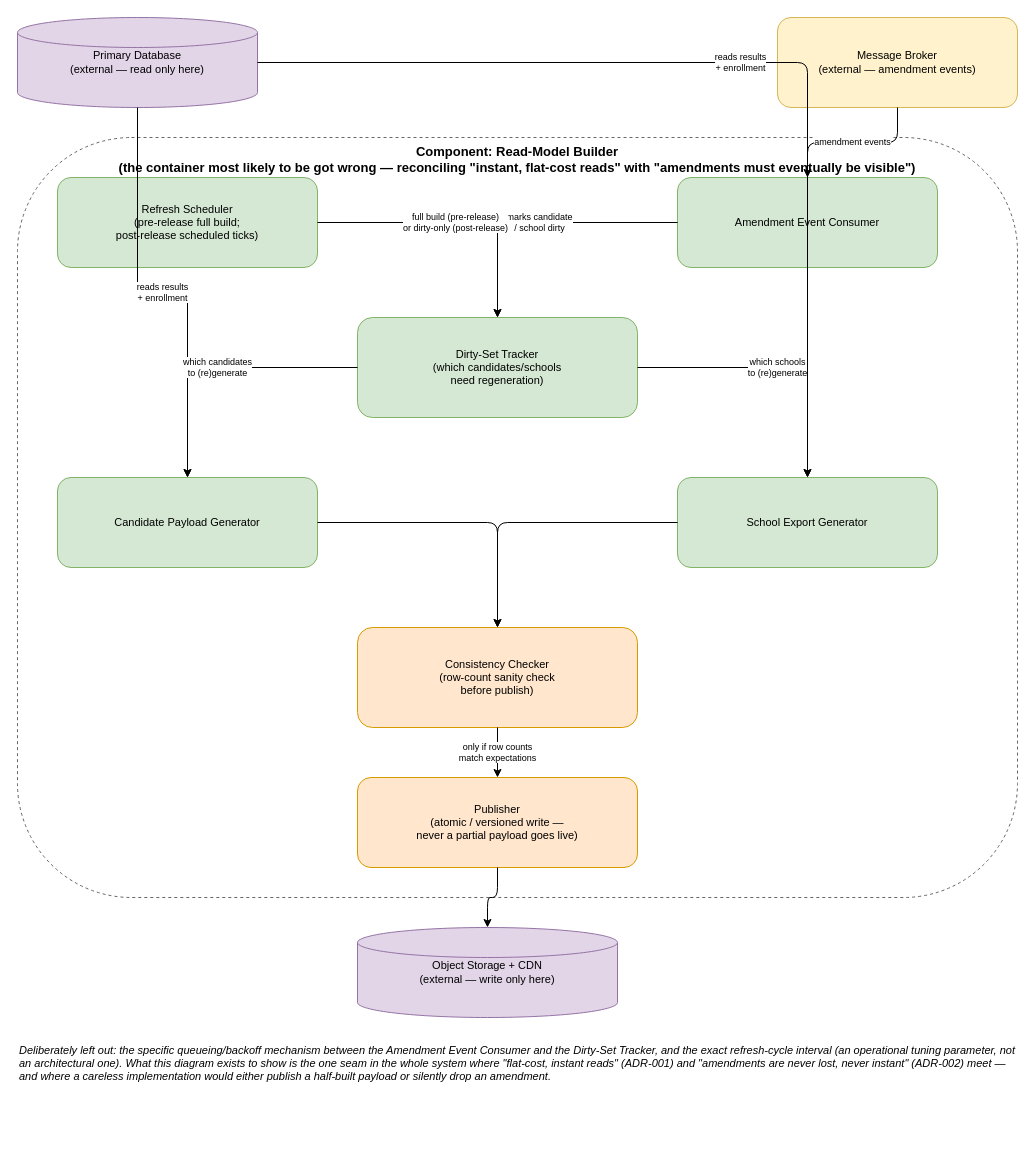
Earlier version of the draw.io diagram submission/repository/diagrams/component-read-model.drawio (Chukwuma-Elvis/tarkada-decide). Source tidied: cells renumbered, new cells numbered last; positions are measured from the earlier drawing's top-left corner, leaving out a move shared by most shapes. Both pictures are drawn from the tidied source at 100%, with x=0, y=0 at pixel (17, 17).
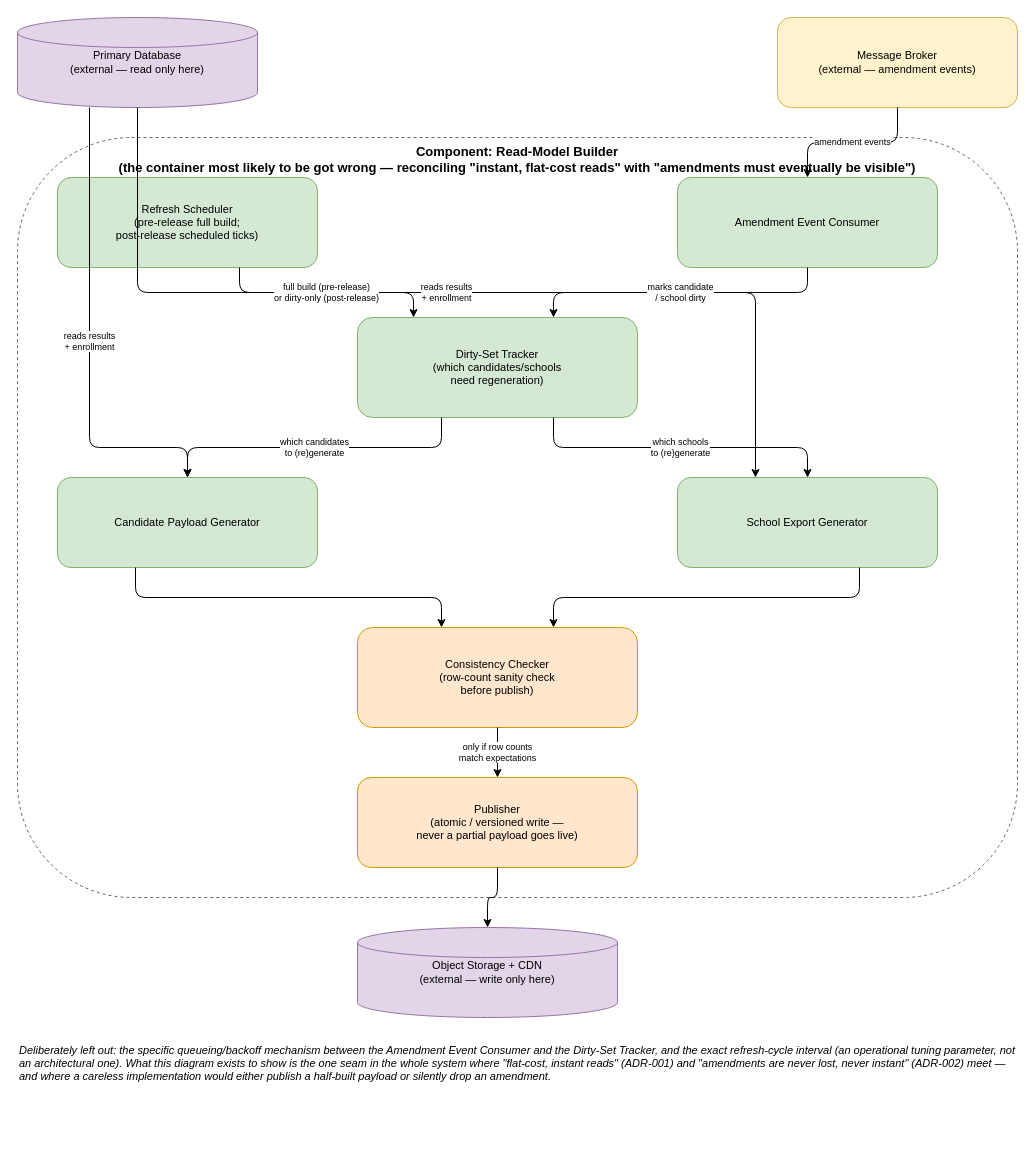
The same diagram, later.

The change refers to these unchanged cells:
```xml
<mxCell id="3" value="Primary Database&#10;(external — read only here)" style="rounded=0;whiteSpace=wrap;html=1;fillColor=#e1d5e7;strokeColor=#9673a6;fontSize=11;shape=cylinder3;" parent="1" vertex="1">
  <mxGeometry width="240" height="90" as="geometry" />
</mxCell>
<mxCell id="6" value="Refresh Scheduler&#10;(pre-release full build;&#10;post-release scheduled ticks)" style="rounded=1;whiteSpace=wrap;html=1;fillColor=#d5e8d4;strokeColor=#82b366;fontSize=11;" parent="1" vertex="1">
  <mxGeometry x="40" y="160" width="260" height="90" as="geometry" />
</mxCell>
<mxCell id="7" value="Amendment Event Consumer" style="rounded=1;whiteSpace=wrap;html=1;fillColor=#d5e8d4;strokeColor=#82b366;fontSize=11;" parent="1" vertex="1">
  <mxGeometry x="660" y="160" width="260" height="90" as="geometry" />
</mxCell>
<mxCell id="8" value="Dirty-Set Tracker&#10;(which candidates/schools&#10;need regeneration)" style="rounded=1;whiteSpace=wrap;html=1;fillColor=#d5e8d4;strokeColor=#82b366;fontSize=11;" parent="1" vertex="1">
  <mxGeometry x="340" y="300" width="280" height="100" as="geometry" />
</mxCell>
<mxCell id="9" value="Candidate Payload Generator" style="rounded=1;whiteSpace=wrap;html=1;fillColor=#d5e8d4;strokeColor=#82b366;fontSize=11;" parent="1" vertex="1">
  <mxGeometry x="40" y="460" width="260" height="90" as="geometry" />
</mxCell>
<mxCell id="10" value="School Export Generator" style="rounded=1;whiteSpace=wrap;html=1;fillColor=#d5e8d4;strokeColor=#82b366;fontSize=11;" parent="1" vertex="1">
  <mxGeometry x="660" y="460" width="260" height="90" as="geometry" />
</mxCell>
<mxCell id="11" value="Consistency Checker&#10;(row-count sanity check&#10;before publish)" style="rounded=1;whiteSpace=wrap;html=1;fillColor=#ffe6cc;strokeColor=#d79b00;fontSize=11;" parent="1" vertex="1">
  <mxGeometry x="340" y="610" width="280" height="100" as="geometry" />
</mxCell>
```

Diff of the diagram source:
```diff
@@
-    <mxCell id="13" value="reads results&#10;+ enrollment" style="edgeStyle=orthogonalEdgeStyle;html=1;fontSize=9;" parent="1" edge="1" source="3" target="9">
-      <mxGeometry relative="1" as="geometry" />
+    <mxCell id="13" value="reads results&#10;+ enrollment" style="edgeStyle=orthogonalEdgeStyle;html=1;fontSize=9;exitX=0.3;exitY=1;entryX=0.5;entryY=0;" parent="1" edge="1" source="3" target="9">
+      <mxGeometry relative="1" as="geometry">
+        <Array as="points">
+          <mxPoint x="72" y="430" />
+        </Array>
+      </mxGeometry>
     </mxCell>
-    <mxCell id="14" value="reads results&#10;+ enrollment" style="edgeStyle=orthogonalEdgeStyle;html=1;fontSize=9;" parent="1" edge="1" source="3" target="10">
+    <mxCell id="14" value="reads results&#10;+ enrollment" style="edgeStyle=orthogonalEdgeStyle;html=1;fontSize=9;exitX=0.5;exitY=1;entryX=0.3;entryY=0;" parent="1" edge="1" source="3" target="10">
       <mxGeometry relative="1" as="geometry" />
     </mxCell>
@@
-    <mxCell id="16" value="marks candidate&#10;/ school dirty" style="edgeStyle=orthogonalEdgeStyle;html=1;fontSize=9;" parent="1" edge="1" source="7" target="8">
+    <mxCell id="16" value="marks candidate&#10;/ school dirty" style="edgeStyle=orthogonalEdgeStyle;html=1;fontSize=9;exitX=0.5;exitY=1;entryX=0.7;entryY=0;" parent="1" edge="1" source="7" target="8">
       <mxGeometry relative="1" as="geometry" />
     </mxCell>
-    <mxCell id="17" value="full build (pre-release)&#10;or dirty-only (post-release)" style="edgeStyle=orthogonalEdgeStyle;html=1;fontSize=9;" parent="1" edge="1" source="6" target="8">
+    <mxCell id="17" value="full build (pre-release)&#10;or dirty-only (post-release)" style="edgeStyle=orthogonalEdgeStyle;html=1;fontSize=9;exitX=0.7;exitY=1;entryX=0.2;entryY=0;" parent="1" edge="1" source="6" target="8">
       <mxGeometry relative="1" as="geometry" />
     </mxCell>
-    <mxCell id="18" value="which candidates&#10;to (re)generate" style="edgeStyle=orthogonalEdgeStyle;html=1;fontSize=9;" parent="1" edge="1" source="8" target="9">
+    <mxCell id="18" value="which candidates&#10;to (re)generate" style="edgeStyle=orthogonalEdgeStyle;html=1;fontSize=9;exitX=0.3;exitY=1;entryX=0.5;entryY=0;" parent="1" edge="1" source="8" target="9">
       <mxGeometry relative="1" as="geometry" />
     </mxCell>
-    <mxCell id="19" value="which schools&#10;to (re)generate" style="edgeStyle=orthogonalEdgeStyle;html=1;fontSize=9;" parent="1" edge="1" source="8" target="10">
+    <mxCell id="19" value="which schools&#10;to (re)generate" style="edgeStyle=orthogonalEdgeStyle;html=1;fontSize=9;exitX=0.7;exitY=1;entryX=0.5;entryY=0;" parent="1" edge="1" source="8" target="10">
       <mxGeometry relative="1" as="geometry" />
     </mxCell>
-    <mxCell id="20" style="edgeStyle=orthogonalEdgeStyle;html=1;fontSize=9;" parent="1" edge="1" source="9" target="11">
+    <mxCell id="20" style="edgeStyle=orthogonalEdgeStyle;html=1;fontSize=9;exitX=0.3;exitY=1;entryX=0.3;entryY=0;" parent="1" edge="1" source="9" target="11">
       <mxGeometry relative="1" as="geometry" />
     </mxCell>
-    <mxCell id="21" style="edgeStyle=orthogonalEdgeStyle;html=1;fontSize=9;" parent="1" edge="1" source="10" target="11">
+    <mxCell id="21" style="edgeStyle=orthogonalEdgeStyle;html=1;fontSize=9;exitX=0.7;exitY=1;entryX=0.7;entryY=0;" parent="1" edge="1" source="10" target="11">
       <mxGeometry relative="1" as="geometry" />
     </mxCell>
```
